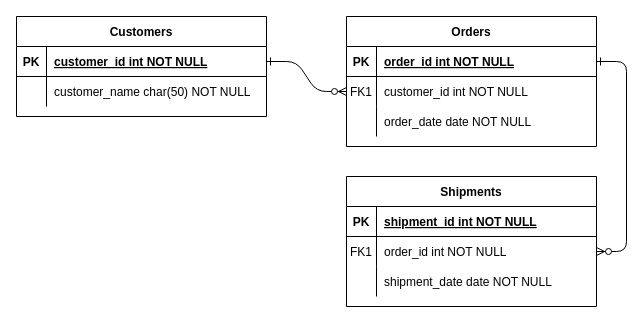
The draw.io diagram week2/day-9/digitaloutletpulsa.drawio in altaha056/be-alterra, before the edit. Source tidied: cells renumbered, new cells numbered last; positions are measured from the earlier drawing's top-left corner, leaving out a move shared by most shapes. Both pictures are drawn from the tidied source at 100%, with x=0, y=0 at pixel (16, 16).
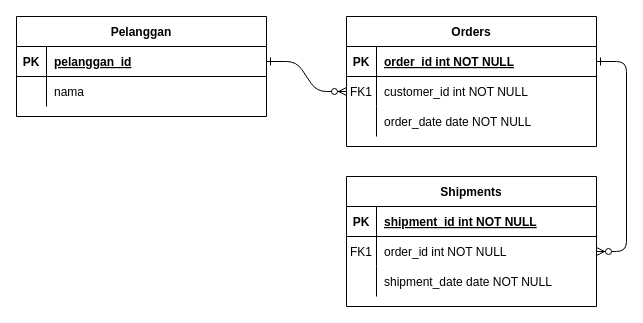
The same diagram, later.

Unchanged cells that the change refers to:
```xml
<mxCell id="28" style="shape=partialRectangle;fillColor=none;top=0;left=0;right=0;bottom=0;" parent="24" vertex="1">
  <mxGeometry y="60" width="250" height="30" as="geometry" />
</mxCell>
```

The edit, as a diff of the source:
```diff
@@
-    <mxCell id="24" value="Customers" style="shape=table;startSize=30;childLayout=tableLayout;rowLines=0;fontStyle=1;align=center;" parent="1" vertex="1">
+    <mxCell id="24" value="Pelanggan" style="shape=table;startSize=30;childLayout=tableLayout;rowLines=0;fontStyle=1;align=center;fontColor=default;fillColor=default;strokeColor=default;" parent="1" vertex="1">
       <mxGeometry width="250" height="100" as="geometry" />
     </mxCell>
-    <mxCell id="25" style="shape=partialRectangle;fillColor=none;points=[[0,0.5],[1,0.5]];portConstraint=eastwest;top=0;left=0;right=0;bottom=1;" parent="24" vertex="1">
+    <mxCell id="25" style="shape=partialRectangle;fillColor=none;points=[[0,0.5],[1,0.5]];portConstraint=eastwest;top=0;left=0;right=0;bottom=1;fontColor=default;" parent="24" vertex="1">
       <mxGeometry y="30" width="250" height="30" as="geometry" />
     </mxCell>
@@
-    <mxCell id="27" value="customer_id int NOT NULL " style="shape=partialRectangle;overflow=hidden;fillColor=none;top=0;left=0;bottom=0;right=0;align=left;spacingLeft=6;fontStyle=5;" parent="25" vertex="1">
+    <mxCell id="27" value="pelanggan_id" style="shape=partialRectangle;overflow=hidden;fillColor=none;top=0;left=0;bottom=0;right=0;align=left;spacingLeft=6;fontStyle=5;fontColor=default;" parent="25" vertex="1">
       <mxGeometry x="30" width="220" height="30" as="geometry" />
     </mxCell>
@@
-    <mxCell id="30" value="customer_name char(50) NOT NULL" style="shape=partialRectangle;overflow=hidden;fillColor=none;top=0;left=0;bottom=0;right=0;align=left;spacingLeft=6;" parent="28" vertex="1">
+    <mxCell id="30" value="nama" style="shape=partialRectangle;overflow=hidden;fillColor=none;top=0;left=0;bottom=0;right=0;align=left;spacingLeft=6;" parent="28" vertex="1">
       <mxGeometry x="30" width="220" height="30" as="geometry" />
     </mxCell>
```
